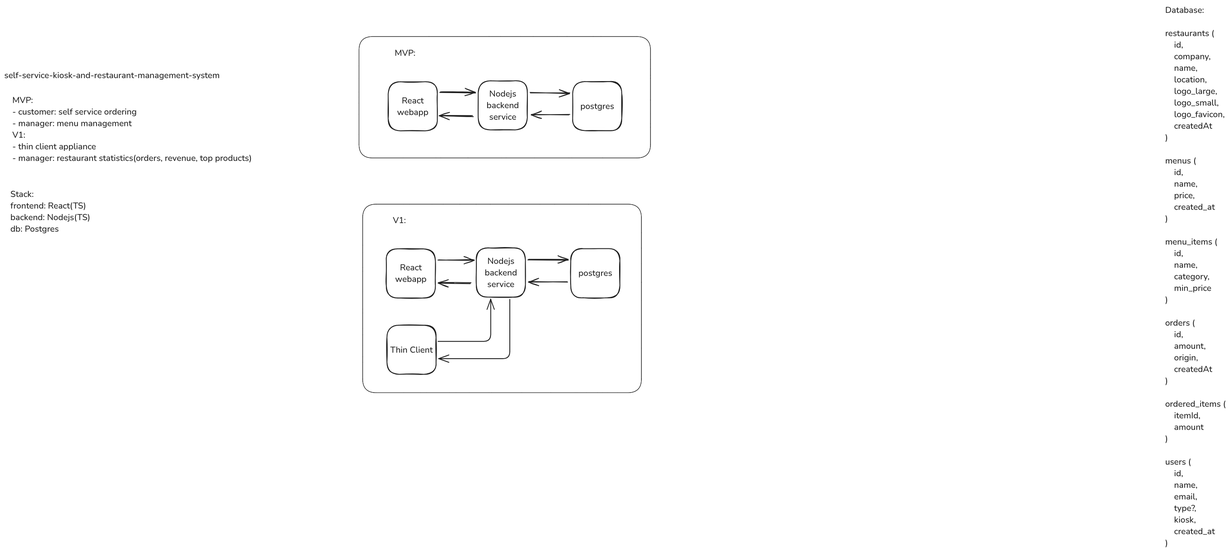
Earlier version of the Excalidraw export docs/system.excalidraw.png (mrtnstl/self-service-kiosk-and-restaurant-management-system). Source tidied: one line per element, renumbered; positions are measured from the earlier drawing's top-left corner, leaving out a move shared by most shapes.
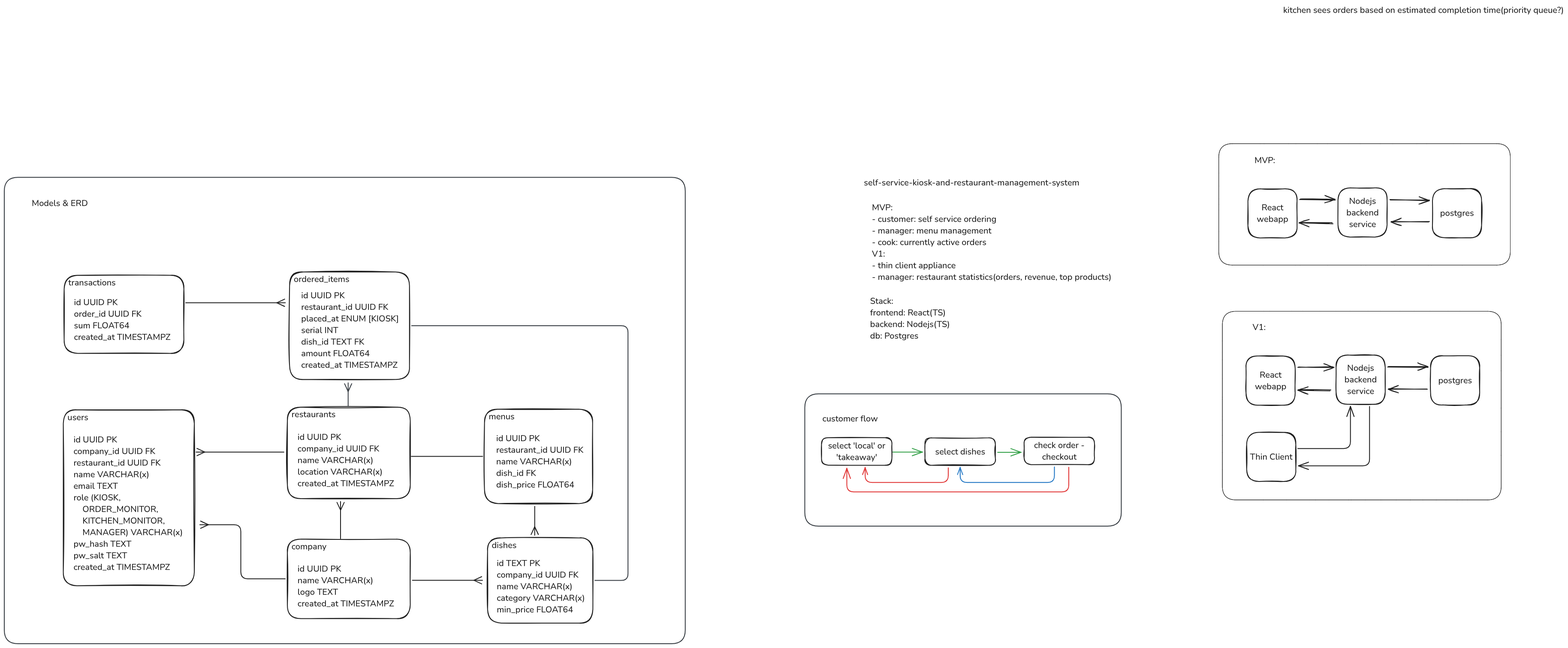
After the commit.

Commit message:
add: user stories, user flow diagram, models and entity relationship diagram

What changed in the source:
```diff
@@ -1,5 +1,5 @@
 {"id": 0, "type": "text", "text": "self-service-kiosk-and-restaurant-management-system", "strokeColor": "#1e1e1e", "strokeWidth": 2, "roughness": 1, "fontSize": 20, "fontFamily": 6, "x": 0, "y": 152, "width": 502, "height": 27}
-{"id": 1, "type": "text", "text": "MVP:\n- customer: self service ordering\n- manager: menu management\nV1:\n- thin client appliance\n- manager: restaurant statistics(orders, revenue, top products)", "strokeColor": "#1e1e1e", "strokeWidth": 2, "roughness": 1, "fontSize": 20, "fontFamily": 6, "x": 19, "y": 210, "width": 559, "height": 162}
+{"id": 1, "type": "text", "text": "MVP:\n- customer: self service ordering\n- manager: menu management\n- cook: currently active orders\nV1:\n- thin client appliance\n- manager: restaurant statistics(orders, revenue, top products)", "strokeColor": "#1e1e1e", "strokeWidth": 2, "roughness": 1, "fontSize": 20, "fontFamily": 6, "x": 19, "y": 210, "width": 559, "height": 189}
 {"id": 2, "type": "text", "text": "Stack:\nfrontend: React(TS)\nbackend: Nodejs(TS)\ndb: Postgres", "strokeColor": "#1e1e1e", "strokeWidth": 2, "roughness": 1, "fontSize": 20, "fontFamily": 6, "x": 14, "y": 429, "width": 186, "height": 108}
 {"id": 3, "type": "rectangle", "strokeColor": "#1e1e1e", "strokeWidth": 2, "roughness": 1, "round": true, "x": 895, "y": 181, "width": 115, "height": 115}
 {"id": 4, "type": "text", "text": "React\nwebapp", "strokeColor": "#1e1e1e", "strokeWidth": 2, "roughness": 1, "fontSize": 20, "fontFamily": 6, "textAlign": "center", "verticalAlign": "middle", "inside": 3, "x": 916, "y": 211, "width": 73, "height": 54}
@@ -29,4 +29,49 @@
 {"id": 28, "type": "arrow", "strokeColor": "#1e1e1e", "strokeWidth": 2, "roughness": 0, "endArrowhead": "arrow", "from": 26, "to": 17, "x": 1012, "y": 786, "width": 123, "height": 98, "points": [[0, 0], [123, 0], [123, -98]]}
 {"id": 29, "type": "arrow", "strokeColor": "#1e1e1e", "strokeWidth": 2, "roughness": 0, "endArrowhead": "arrow", "from": 17, "to": 26, "x": 1179, "y": 688, "width": 166, "height": 138, "points": [[0, 0], [0, 138], [-166, 138]]}
 {"id": 30, "type": "rectangle", "strokeColor": "#1e1e1e", "strokeWidth": 1, "roughness": 0, "round": true, "x": 836, "y": 466, "width": 650, "height": 440}
-{"id": 31, "type": "text", "text": "Database:\n\nrestaurants (\n    id, \n    company, \n    name,\n    location, \n    logo_large, \n    logo_small, \n    logo_favicon, \n    createdAt\n)\n\nmenus (\n    id, \n    name, \n    price, \n    created_at\n)\n\nmenu_items (\n    id, \n    name, \n    category, \n    min_price\n)\n\norders (\n    id, \n    amount, \n    origin, \n    createdAt\n)\n\nordered_items (\n    itemId, \n    amount\n)\n\nusers (\n    id, \n    name, \n    email, \n    type?, \n    kiosk, \n    created_at\n)", "strokeColor": "#1e1e1e", "strokeWidth": 1, "roughness": 0, "fontSize": 20, "fontFamily": 6, "x": 2707, "y": 0, "width": 144, "height": 1269}
+{"id": 32, "type": "text", "text": "kitchen sees orders based on estimated completion time(priority queue?)", "strokeColor": "#1e1e1e", "strokeWidth": 2, "roughness": 1, "fontSize": 20, "fontFamily": 6, "x": 978, "y": -250, "width": 654, "height": 27}
+{"id": 33, "type": "text", "text": "customer flow", "strokeColor": "#1e1e1e", "strokeWidth": 2, "roughness": 1, "fontSize": 20, "fontFamily": 6, "x": -97, "y": 702, "width": 129, "height": 27}
+{"id": 34, "type": "rectangle", "strokeColor": "#1e1e1e", "strokeWidth": 2, "roughness": 1, "round": true, "x": -99, "y": 760, "width": 164, "height": 64}
+{"id": 35, "type": "text", "text": "select 'local' or\n'takeaway'", "strokeColor": "#1e1e1e", "strokeWidth": 2, "roughness": 1, "fontSize": 20, "fontFamily": 6, "textAlign": "center", "verticalAlign": "middle", "inside": 34, "x": -84, "y": 765, "width": 134, "height": 54}
+{"id": 36, "type": "rectangle", "strokeColor": "#1e1e1e", "strokeWidth": 2, "roughness": 1, "round": true, "x": 142, "y": 761, "width": 164, "height": 64}
+{"id": 37, "type": "text", "text": "select dishes", "strokeColor": "#1e1e1e", "strokeWidth": 2, "roughness": 1, "fontSize": 20, "fontFamily": 6, "textAlign": "center", "verticalAlign": "middle", "inside": 36, "x": 166, "y": 779, "width": 117, "height": 27}
+{"id": 38, "type": "rectangle", "strokeColor": "#1e1e1e", "strokeWidth": 2, "roughness": 1, "round": true, "x": 373, "y": 759, "width": 164, "height": 64}
+{"id": 39, "type": "text", "text": "check order -\ncheckout", "strokeColor": "#1e1e1e", "strokeWidth": 2, "roughness": 1, "fontSize": 20, "fontFamily": 6, "textAlign": "center", "verticalAlign": "middle", "inside": 38, "x": 397, "y": 764, "width": 118, "height": 54}
+{"id": 40, "type": "arrow", "strokeColor": "#2f9e44", "strokeWidth": 2, "roughness": 0, "endArrowhead": "arrow", "round": true, "from": 34, "to": 36, "x": 68, "y": 794, "width": 69, "height": 0, "points": [[0, 0], [69, 0]]}
+{"id": 41, "type": "arrow", "strokeColor": "#2f9e44", "strokeWidth": 2, "roughness": 0, "endArrowhead": "arrow", "round": true, "from": 36, "to": 38, "x": 312, "y": 794, "width": 54, "height": 0, "points": [[0, 0], [54, 0]]}
+{"id": 42, "type": "arrow", "strokeColor": "#e03131", "strokeWidth": 2, "roughness": 0, "endArrowhead": "arrow", "from": 36, "to": 34, "x": 197, "y": 831, "width": 194, "height": 35, "points": [[0, 0], [0, 34], [-194, 34], [-194, -1]]}
+{"id": 43, "type": "arrow", "strokeColor": "#1971c2", "strokeWidth": 2, "roughness": 0, "endArrowhead": "arrow", "from": 38, "to": 36, "x": 444, "y": 829, "width": 220, "height": 36, "points": [[0, 0], [0, 36], [-220, 36], [-220, 1]]}
+{"id": 44, "type": "arrow", "strokeColor": "#e03131", "strokeWidth": 2, "roughness": 0, "endArrowhead": "arrow", "from": 38, "to": 34, "x": 478, "y": 829, "width": 518, "height": 57, "points": [[0, 0], [0, 57], [-518, 57], [-518, 3]]}
+{"id": 45, "type": "rectangle", "strokeColor": "#343a40", "strokeWidth": 2, "roughness": 0, "round": true, "x": -138, "y": 658, "width": 738, "height": 308}
+{"id": 46, "type": "text", "text": "Models & ERD", "strokeColor": "#1e1e1e", "strokeWidth": 2, "roughness": 1, "fontSize": 20, "fontFamily": 6, "x": -1940, "y": 201, "width": 131, "height": 27}
+{"id": 47, "type": "rectangle", "strokeColor": "#1e1e1e", "strokeWidth": 2, "roughness": 1, "round": true, "x": -1344, "y": 689, "width": 287, "height": 213}
+{"id": 48, "type": "text", "text": "restaurants", "strokeColor": "#1e1e1e", "strokeWidth": 2, "roughness": 1, "fontSize": 20, "fontFamily": 6, "x": -1335, "y": 693, "width": 103, "height": 27}
+{"id": 49, "type": "text", "text": "id UUID PK\ncompany_id UUID FK\nname VARCHAR(x)\nlocation VARCHAR(x)\ncreated_at TIMESTAMPZ", "strokeColor": "#1e1e1e", "strokeWidth": 2, "roughness": 1, "fontSize": 20, "fontFamily": 6, "x": -1320, "y": 745, "width": 225, "height": 135}
+{"id": 50, "type": "rectangle", "strokeColor": "#1e1e1e", "strokeWidth": 2, "roughness": 1, "round": true, "x": -885, "y": 694, "width": 252, "height": 220}
+{"id": 51, "type": "text", "text": "menus", "strokeColor": "#1e1e1e", "strokeWidth": 2, "roughness": 1, "fontSize": 20, "fontFamily": 6, "x": -875, "y": 698, "width": 60, "height": 27}
+{"id": 52, "type": "text", "text": "id UUID PK\nrestaurant_id UUID FK\nname VARCHAR(x)\ndish_id FK\ndish_price FLOAT64", "strokeColor": "#1e1e1e", "strokeWidth": 2, "roughness": 1, "fontSize": 20, "fontFamily": 6, "x": -857, "y": 748, "width": 203, "height": 135}
+{"id": 53, "type": "rectangle", "strokeColor": "#1e1e1e", "strokeWidth": 2, "roughness": 1, "round": true, "x": -878, "y": 994, "width": 246, "height": 199}
+{"id": 54, "type": "text", "text": "dishes", "strokeColor": "#1e1e1e", "strokeWidth": 2, "roughness": 1, "fontSize": 20, "fontFamily": 6, "x": -868, "y": 997, "width": 58, "height": 27}
+{"id": 55, "type": "text", "text": "id TEXT PK\ncompany_id UUID FK\nname VARCHAR(x)\ncategory VARCHAR(x)\nmin_price FLOAT64", "strokeColor": "#1e1e1e", "strokeWidth": 2, "roughness": 1, "fontSize": 20, "fontFamily": 6, "x": -856, "y": 1040, "width": 205, "height": 135}
+{"id": 56, "type": "rectangle", "strokeColor": "#1e1e1e", "strokeWidth": 2, "roughness": 1, "round": true, "x": -1339, "y": 374, "width": 280, "height": 251}
+{"id": 57, "type": "text", "text": "ordered_items", "strokeColor": "#1e1e1e", "strokeWidth": 2, "roughness": 1, "fontSize": 20, "fontFamily": 6, "x": -1329, "y": 378, "width": 130, "height": 27}
+{"id": 58, "type": "text", "text": "id UUID PK\nrestaurant_id UUID FK\nplaced_at ENUM [KIOSK]\nserial INT\ndish_id TEXT FK\namount FLOAT64\ncreated_at TIMESTAMPZ", "strokeColor": "#1e1e1e", "strokeWidth": 2, "roughness": 1, "fontSize": 20, "fontFamily": 6, "x": -1312, "y": 415, "width": 228, "height": 189}
+{"id": 59, "type": "rectangle", "strokeColor": "#1e1e1e", "strokeWidth": 2, "roughness": 1, "round": true, "x": -1865, "y": 382, "width": 279, "height": 182}
+{"id": 60, "type": "text", "text": "transactions", "strokeColor": "#1e1e1e", "strokeWidth": 2, "roughness": 1, "fontSize": 20, "fontFamily": 6, "x": -1855, "y": 386, "width": 110, "height": 27}
+{"id": 61, "type": "text", "text": "id UUID PK\norder_id UUID FK\nsum FLOAT64\ncreated_at TIMESTAMPZ", "strokeColor": "#1e1e1e", "strokeWidth": 2, "roughness": 1, "fontSize": 20, "fontFamily": 6, "x": -1842, "y": 431, "width": 225, "height": 108}
+{"id": 62, "type": "rectangle", "strokeColor": "#1e1e1e", "strokeWidth": 2, "roughness": 1, "round": true, "x": -1867, "y": 695, "width": 305, "height": 410}
+{"id": 63, "type": "text", "text": "users", "strokeColor": "#1e1e1e", "strokeWidth": 2, "roughness": 1, "fontSize": 20, "fontFamily": 6, "x": -1857, "y": 699, "width": 48, "height": 27}
+{"id": 64, "type": "text", "text": "id UUID PK\ncompany_id UUID FK\nrestaurant_id UUID FK\nname VARCHAR(x)\nemail TEXT\nrole (KIOSK, \n    ORDER_MONITOR, \n    KITCHEN_MONITOR, \n    MANAGER) VARCHAR(x)\npw_hash TEXT\npw_salt TEXT\ncreated_at TIMESTAMPZ", "strokeColor": "#1e1e1e", "strokeWidth": 2, "roughness": 1, "fontSize": 20, "fontFamily": 6, "x": -1843, "y": 751, "width": 255, "height": 324}
+{"id": 65, "type": "arrow", "strokeColor": "#1e1e1e", "strokeWidth": 2, "roughness": 0, "round": true, "to": 52, "x": -1055, "y": 804, "width": 166, "height": 0, "points": [[0, 0], [166, 0]]}
+{"id": 66, "type": "rectangle", "strokeColor": "#1e1e1e", "strokeWidth": 2, "roughness": 1, "round": true, "x": -1344, "y": 997, "width": 287, "height": 185}
+{"id": 67, "type": "text", "text": "company", "strokeColor": "#1e1e1e", "strokeWidth": 2, "roughness": 1, "fontSize": 20, "fontFamily": 6, "x": -1335, "y": 1000, "width": 82, "height": 27}
+{"id": 68, "type": "text", "text": "id UUID PK\nname VARCHAR(x)\nlogo TEXT\ncreated_at TIMESTAMPZ", "strokeColor": "#1e1e1e", "strokeWidth": 2, "roughness": 1, "fontSize": 20, "fontFamily": 6, "x": -1321, "y": 1052, "width": 225, "height": 108}
+{"id": 69, "type": "arrow", "strokeColor": "#1e1e1e", "strokeWidth": 2, "roughness": 0, "endArrowhead": "crowfoot_many", "round": true, "to": 49, "x": -1220, "y": 996, "width": 0, "height": 86, "points": [[0, 0], [0, -86]]}
+{"id": 70, "type": "arrow", "strokeColor": "#1e1e1e", "strokeWidth": 2, "roughness": 0, "endArrowhead": "crowfoot_many", "round": true, "x": -1053, "y": 1093, "width": 163, "height": 0, "points": [[0, 0], [163, 0]]}
+{"id": 71, "type": "arrow", "strokeColor": "#1e1e1e", "strokeWidth": 2, "roughness": 0, "endArrowhead": "crowfoot_many", "round": true, "x": -768, "y": 920, "width": 0, "height": 67, "points": [[0, 0], [0, 67]]}
+{"id": 72, "type": "arrow", "strokeColor": "#1e1e1e", "strokeWidth": 2, "roughness": 0, "endArrowhead": "crowfoot_many", "x": -1581, "y": 446, "width": 232, "height": 0, "points": [[0, 0], [232, 0]]}
+{"id": 73, "type": "arrow", "strokeColor": "#1e1e1e", "strokeWidth": 2, "roughness": 0, "endArrowhead": "crowfoot_many", "from": 49, "to": 64, "x": -1353, "y": 794, "width": 204, "height": 0, "points": [[0, 0], [-204, 0]]}
+{"id": 74, "type": "arrow", "strokeColor": "#1e1e1e", "strokeWidth": 2, "roughness": 0, "endArrowhead": "crowfoot_many", "from": 66, "to": 62, "x": -1349, "y": 1089, "width": 199, "height": 126, "points": [[0, 0], [-103, 0], [-103, -126], [-199, -126]]}
+{"id": 75, "type": "rectangle", "strokeColor": "#343a40", "strokeWidth": 2, "roughness": 0, "round": true, "x": -2004, "y": 154, "width": 1588, "height": 1087}
+{"id": 76, "type": "arrow", "strokeColor": "#343a40", "strokeWidth": 2, "roughness": 0, "endArrowhead": "crowfoot_many", "from": 48, "to": 58, "x": -1203, "y": 688, "width": 0, "height": 55, "points": [[0, 0], [0, -55]]}
+{"id": 77, "type": "arrow", "strokeColor": "#343a40", "strokeWidth": 2, "roughness": 0, "from": 53, "to": 58, "x": -627, "y": 1093, "width": 505, "height": 594, "points": [[0, 0], [77, 0], [77, -594], [-428, -594]]}
```
